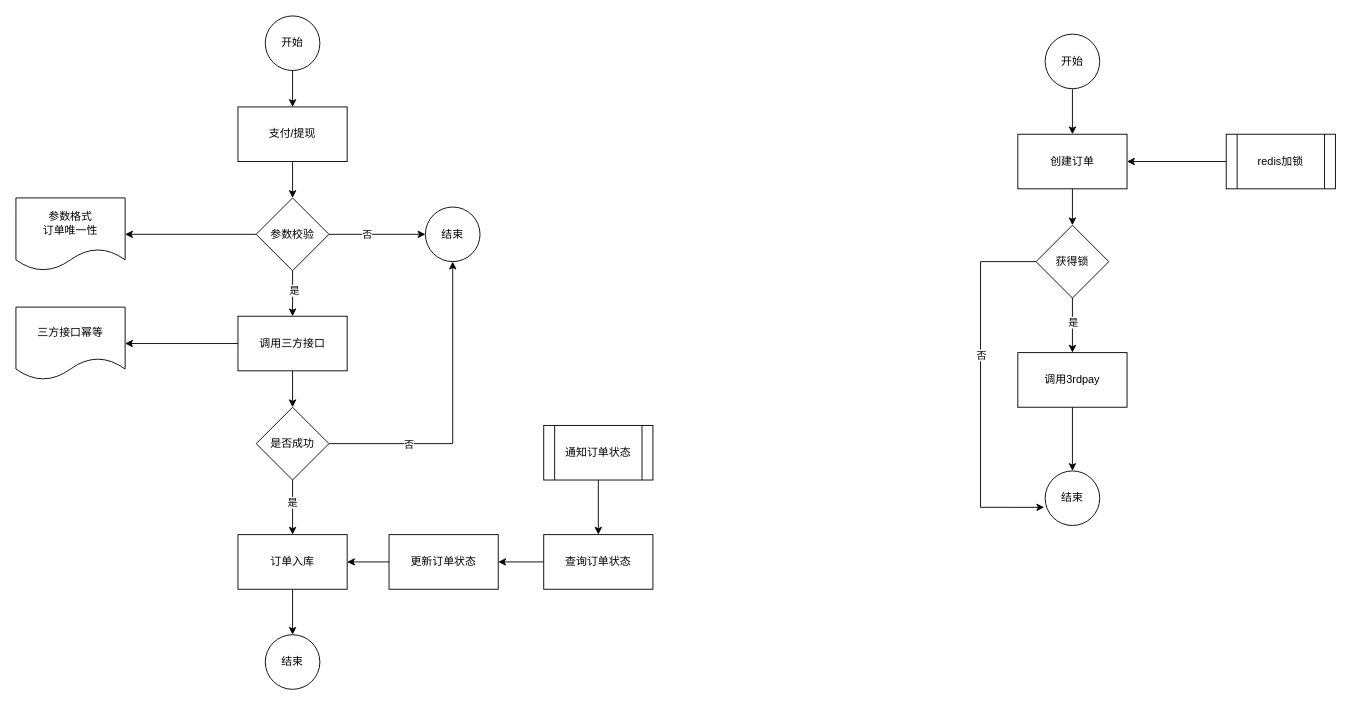
This is page "支付/提现接口幂等方案" (4 of 4) of 支付流程.drawio from jarcn/pic, a draw.io file, before an edit. Source tidied: cells renumbered, new cells numbered last; positions are measured from the earlier drawing's top-left corner, leaving out a move shared by most shapes. Both pictures are drawn from the tidied source at 91%, with x=0, y=0 at pixel (15, 15).
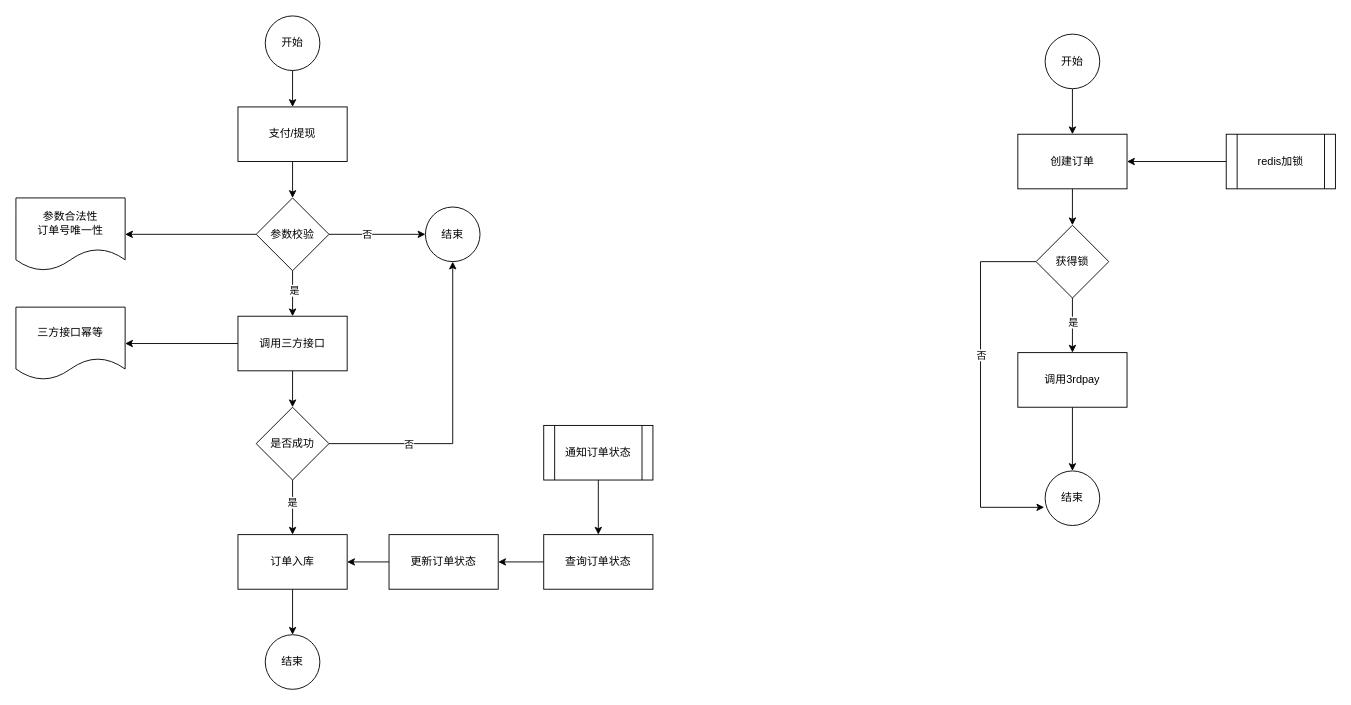
After the change.

The edit, as a diff of the source:
```diff
@@
-    <mxCell id="26" value="&lt;div&gt;参数格式&lt;/div&gt;&lt;div&gt;订单唯一性&lt;br&gt;&lt;/div&gt;" style="shape=document;whiteSpace=wrap;html=1;boundedLbl=1;" parent="1" vertex="1">
+    <mxCell id="26" value="&lt;div&gt;参数合法性&lt;/div&gt;&lt;div&gt;订单号唯一性&lt;br&gt;&lt;/div&gt;" style="shape=document;whiteSpace=wrap;html=1;boundedLbl=1;" parent="1" vertex="1">
       <mxGeometry y="200" width="120" height="80" as="geometry" />
     </mxCell>
```
